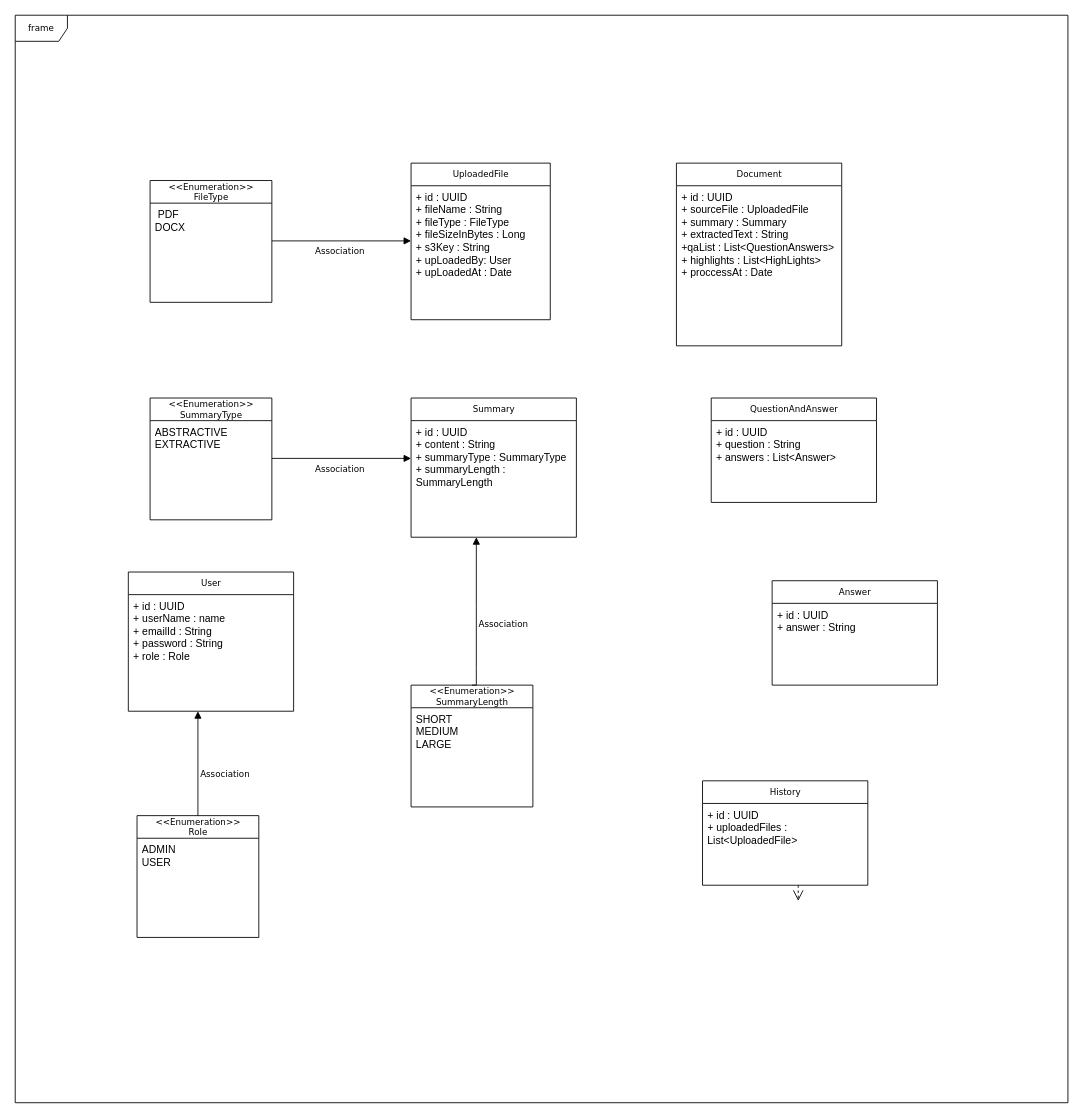
This is src/main/resources/Untitled Diagram.drawio from choppasai/AI-Document-Summarizer-Highlighter, a draw.io file, before an edit. Source tidied: cells renumbered, new cells numbered last; positions are measured from the earlier drawing's top-left corner, leaving out a move shared by most shapes. Both pictures are drawn from the tidied source at 87%, with x=0, y=0 at pixel (15, 15).
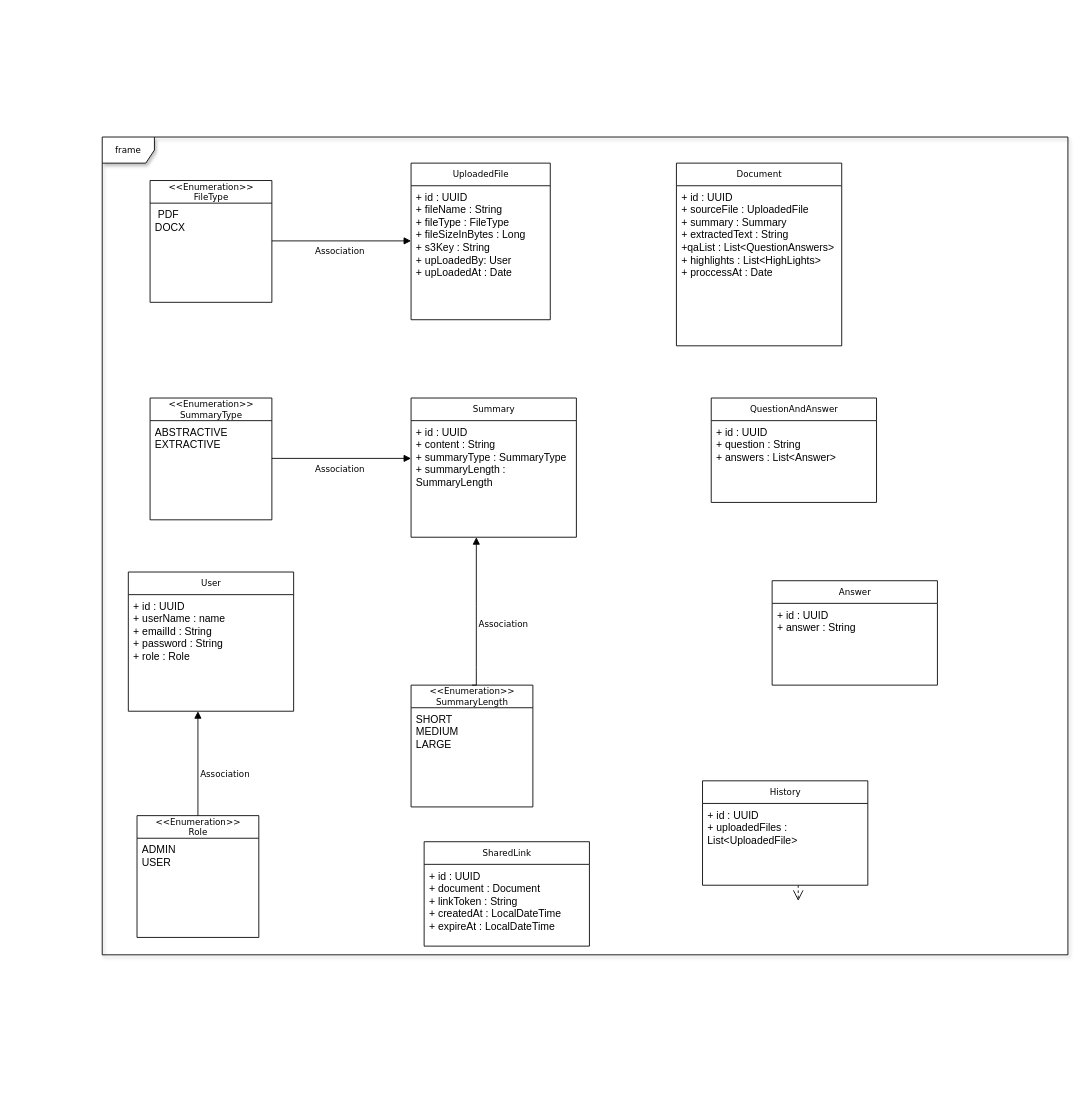
After the change.

What changed in the source:
```diff
@@
-    <mxCell id="2" value="frame" style="shape=umlFrame;whiteSpace=wrap;html=1;rounded=0;shadow=0;comic=0;labelBackgroundColor=none;strokeWidth=1;fontFamily=Verdana;fontSize=10;align=center;" parent="1" vertex="1">
-      <mxGeometry width="1210" height="1250" as="geometry" />
+    <mxCell id="2" value="frame" style="shape=umlFrame;whiteSpace=wrap;html=1;rounded=0;shadow=1;comic=0;labelBackgroundColor=none;strokeWidth=1;fontFamily=Verdana;fontSize=10;align=center;" parent="1" vertex="1">
+      <mxGeometry x="100" y="140" width="1110" height="940" as="geometry" />
     </mxCell>
@@
+    <mxCell id="34" value="SharedLink" style="swimlane;html=1;fontStyle=0;horizontal=1;startSize=26;fillColor=none;swimlaneFillColor=#ffffff;rounded=0;shadow=0;comic=0;labelBackgroundColor=none;strokeWidth=1;fontFamily=Verdana;fontSize=10;align=center;" parent="1" vertex="1">
+      <mxGeometry x="470" y="950" width="190" height="120" as="geometry" />
+    </mxCell>
+    <mxCell id="35" value="+ id : UUID&lt;div&gt;+ document : Document&lt;/div&gt;&lt;div&gt;+ linkToken : String&lt;/div&gt;&lt;div&gt;+ createdAt : LocalDateTime&lt;/div&gt;&lt;div&gt;+ expireAt : LocalDateTime&lt;/div&gt;" style="text;html=1;strokeColor=none;fillColor=none;align=left;verticalAlign=top;spacingLeft=4;spacingRight=4;whiteSpace=wrap;overflow=hidden;" parent="34" vertex="1">
+      <mxGeometry y="26" width="190" height="84" as="geometry" />
+    </mxCell>
```
